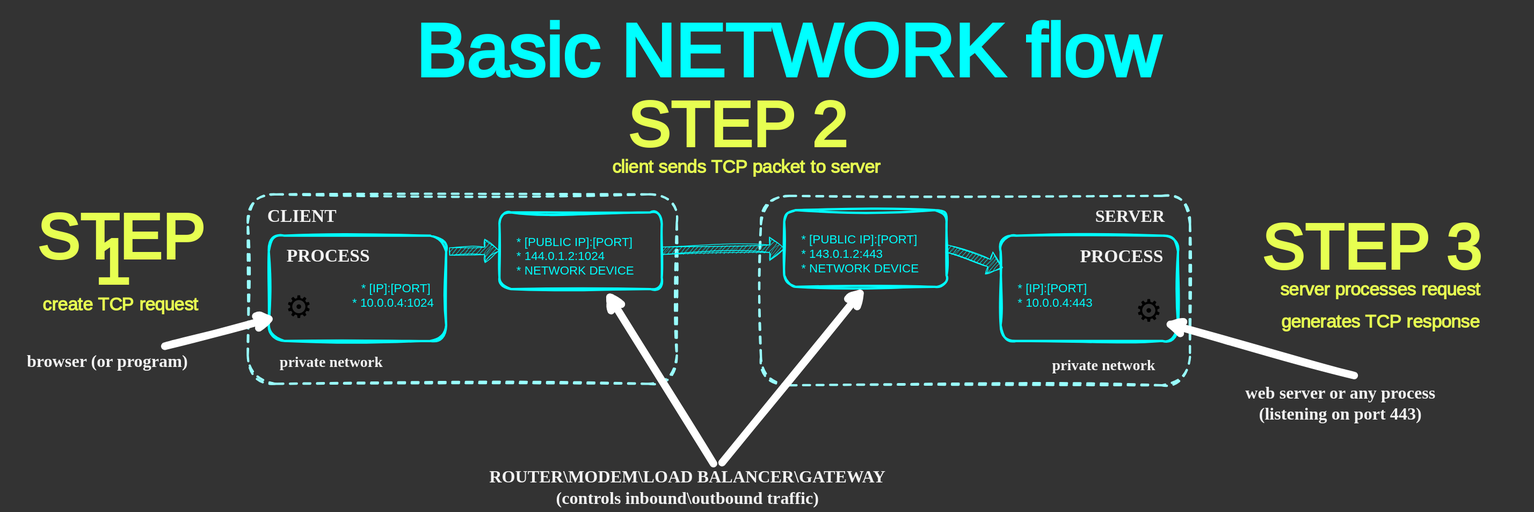
Earlier version of the draw.io export course/content/operating-systems/linux/monitoring/network/network.drawio.svg (marcel-dempers/docker-development-youtube-series). Source tidied: cells renumbered, new cells last; positions are measured from the earlier drawing's top-left corner, leaving out a move shared by most shapes.
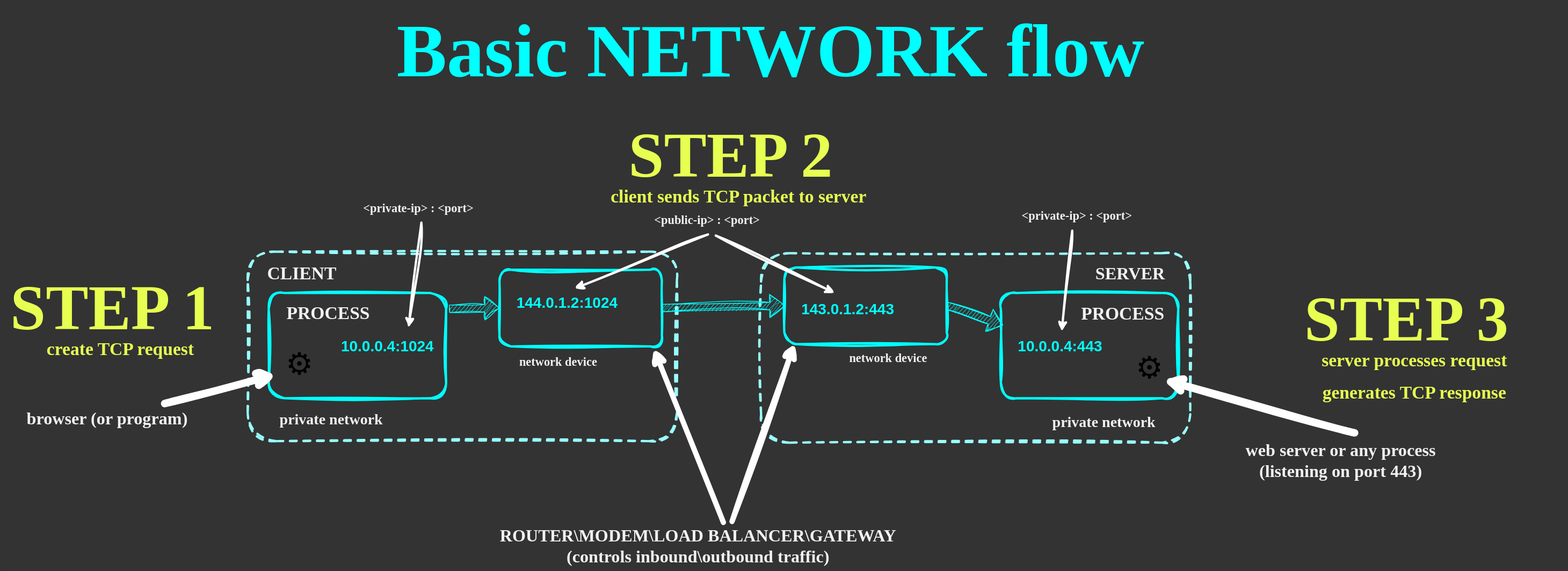
After the change.

Change to the diagram source:
```diff
@@ -3,92 +3,119 @@
     <mxCell id="0" />
     <mxCell id="1" parent="0" />
     <mxCell id="2" style="rounded=1;whiteSpace=wrap;html=1;sketch=1;curveFitting=1;jiggle=2;strokeColor=#99FFFF;strokeWidth=3;fillColor=none;fontColor=#00FFFF;verticalAlign=middle;align=left;spacingLeft=21;dashed=1;" parent="1" vertex="1">
-      <mxGeometry x="1002" y="260" width="571" height="252" as="geometry" />
+      <mxGeometry x="1108" y="331" width="571" height="252" as="geometry" />
     </mxCell>
     <mxCell id="3" style="rounded=1;whiteSpace=wrap;html=1;sketch=1;curveFitting=1;jiggle=2;strokeColor=#99FFFF;strokeWidth=3;fillColor=none;fontColor=#00FFFF;verticalAlign=middle;align=left;spacingLeft=21;dashed=1;" parent="1" vertex="1">
-      <mxGeometry x="318.9" y="258" width="571" height="252" as="geometry" />
+      <mxGeometry x="425" y="329" width="571" height="252" as="geometry" />
     </mxCell>
-    <mxCell id="4" value="&lt;font style=&quot;font-size: 16px;&quot;&gt;&lt;br&gt;&lt;/font&gt;&lt;div&gt;&lt;font style=&quot;font-size: 16px;&quot;&gt;* [IP]:[PORT]&amp;nbsp;&lt;/font&gt;&lt;/div&gt;&lt;div&gt;&lt;font style=&quot;font-size: 16px;&quot;&gt;* 10.0.0.4:1024&lt;/font&gt;&lt;/div&gt;" style="rounded=1;whiteSpace=wrap;html=1;sketch=1;curveFitting=1;jiggle=2;strokeColor=#00FFFF;strokeWidth=3;fillColor=none;fontColor=#00FFFF;verticalAlign=middle;align=right;spacingLeft=21;spacing=16;" parent="1" vertex="1">
-      <mxGeometry x="346.9" y="313" width="236.1" height="140" as="geometry" />
+    <mxCell id="4" value="&lt;div&gt;&lt;span style=&quot;background-color: transparent; color: light-dark(rgb(0, 255, 255), rgb(0, 111, 111));&quot;&gt;&lt;b style=&quot;&quot;&gt;&lt;font style=&quot;font-size: 20px;&quot;&gt;10.0.0.4:1024&lt;/font&gt;&lt;/b&gt;&lt;/span&gt;&lt;/div&gt;" style="rounded=1;whiteSpace=wrap;html=1;sketch=1;curveFitting=1;jiggle=2;strokeColor=#00FFFF;strokeWidth=3;fillColor=none;fontColor=#00FFFF;verticalAlign=middle;align=right;spacingLeft=21;spacing=16;" parent="1" vertex="1">
+      <mxGeometry x="453" y="384" width="236.1" height="140" as="geometry" />
     </mxCell>
     <mxCell id="5" value="&lt;font&gt;&lt;span&gt;Basic NETWORK flow&lt;/span&gt;&lt;/font&gt;" style="text;strokeColor=none;align=center;fillColor=none;html=1;verticalAlign=middle;whiteSpace=wrap;rounded=0;sketch=1;hachureGap=4;jiggle=2;curveFitting=1;fontFamily=Architects Daughter;fontSource=https%3A%2F%2Ffonts.googleapis.com%2Fcss%3Ffamily%3DArchitects%2BDaughter;fontSize=100;fontColor=#00FFFF;fontStyle=1;" parent="1" vertex="1">
-      <mxGeometry x="445" width="1184" height="134" as="geometry" />
+      <mxGeometry x="529" y="-5" width="1184" height="134" as="geometry" />
     </mxCell>
     <mxCell id="6" value="&lt;font size=&quot;1&quot; style=&quot;&quot;&gt;&lt;b style=&quot;font-size: 24px;&quot;&gt;CLIENT&lt;/b&gt;&lt;/font&gt;" style="text;html=1;align=center;verticalAlign=middle;strokeColor=none;fillColor=none;fontSize=28;fontColor=#F2F2F2;fontFamily=Verdana;" parent="1" vertex="1">
-      <mxGeometry x="331" y="260" width="120" height="50" as="geometry" />
+      <mxGeometry x="437.1" y="331" width="120" height="50" as="geometry" />
     </mxCell>
     <mxCell id="7" value="&lt;p style=&quot;line-height: 20%; font-size: 23px;&quot;&gt;&lt;b&gt;SERVER&lt;/b&gt;&lt;/p&gt;" style="text;html=1;align=center;verticalAlign=middle;strokeColor=none;fillColor=none;fontSize=24;fontColor=#F2F2F2;fontFamily=Verdana;" parent="1" vertex="1">
-      <mxGeometry x="1432.9" y="258" width="120" height="60" as="geometry" />
+      <mxGeometry x="1539" y="329" width="120" height="60" as="geometry" />
     </mxCell>
     <mxCell id="8" style="edgeStyle=none;shape=flexArrow;sketch=1;hachureGap=4;jiggle=2;curveFitting=1;html=1;strokeColor=#00FFFF;fontFamily=Architects Daughter;fontSource=https%3A%2F%2Ffonts.googleapis.com%2Fcss%3Ffamily%3DArchitects%2BDaughter;fontSize=16;fontColor=#FFFF33;fillColor=#00FFFF;exitX=1.017;exitY=0.15;exitDx=0;exitDy=0;entryX=0;entryY=0.5;entryDx=0;entryDy=0;exitPerimeter=0;" parent="1" edge="1" source="4" target="10">
       <mxGeometry relative="1" as="geometry" />
     </mxCell>
-    <mxCell id="9" value="&lt;font style=&quot;font-size: 16px;&quot;&gt;&lt;br&gt;&lt;/font&gt;&lt;div&gt;&lt;font style=&quot;font-size: 16px;&quot;&gt;* [IP]:[PORT]&amp;nbsp;&lt;/font&gt;&lt;/div&gt;&lt;div&gt;&lt;font style=&quot;font-size: 16px;&quot;&gt;* 10.0.0.4:443&lt;/font&gt;&lt;/div&gt;" style="rounded=1;whiteSpace=wrap;html=1;sketch=1;curveFitting=1;jiggle=2;strokeColor=#00FFFF;strokeWidth=3;fillColor=none;fontColor=#00FFFF;verticalAlign=middle;align=left;spacingLeft=21;" parent="1" vertex="1">
-      <mxGeometry x="1321" y="313" width="236.1" height="140" as="geometry" />
+    <mxCell id="9" value="&lt;div&gt;&lt;span style=&quot;background-color: transparent; color: light-dark(rgb(0, 255, 255), rgb(0, 111, 111));&quot;&gt;&lt;b style=&quot;&quot;&gt;&lt;font style=&quot;font-size: 20px;&quot;&gt;10.0.0.4:443&lt;/font&gt;&lt;/b&gt;&lt;/span&gt;&lt;/div&gt;" style="rounded=1;whiteSpace=wrap;html=1;sketch=1;curveFitting=1;jiggle=2;strokeColor=#00FFFF;strokeWidth=3;fillColor=none;fontColor=#00FFFF;verticalAlign=middle;align=left;spacingLeft=21;" parent="1" vertex="1">
+      <mxGeometry x="1427" y="384" width="236.1" height="140" as="geometry" />
     </mxCell>
-    <mxCell id="10" value="&lt;br&gt;&lt;div&gt;&lt;div&gt;&lt;font style=&quot;font-size: 16px;&quot;&gt;* [PUBLIC IP]:[PORT]&lt;/font&gt;&lt;/div&gt;&lt;div&gt;&lt;font style=&quot;font-size: 16px;&quot;&gt;* 144.0.1.2:1024&lt;/font&gt;&lt;/div&gt;&lt;/div&gt;&lt;div&gt;&lt;font style=&quot;font-size: 16px;&quot;&gt;* NETWORK DEVICE&lt;/font&gt;&lt;/div&gt;" style="rounded=1;whiteSpace=wrap;html=1;sketch=1;curveFitting=1;jiggle=2;strokeColor=#00FFFF;strokeWidth=3;fillColor=none;fontColor=#00FFFF;verticalAlign=middle;align=left;spacingLeft=21;" parent="1" vertex="1">
-      <mxGeometry x="654" y="282" width="216" height="102" as="geometry" />
+    <mxCell id="10" value="&lt;div&gt;&lt;div&gt;&lt;span style=&quot;background-color: transparent; color: light-dark(rgb(0, 255, 255), rgb(0, 111, 111));&quot;&gt;&lt;b style=&quot;&quot;&gt;&lt;font style=&quot;font-size: 20px;&quot;&gt;144.0.1.2:1024&lt;/font&gt;&lt;/b&gt;&lt;/span&gt;&lt;/div&gt;&lt;/div&gt;&lt;div&gt;&lt;br&gt;&lt;/div&gt;" style="rounded=1;whiteSpace=wrap;html=1;sketch=1;curveFitting=1;jiggle=2;strokeColor=#00FFFF;strokeWidth=3;fillColor=none;fontColor=#00FFFF;verticalAlign=middle;align=left;spacingLeft=21;" parent="1" vertex="1">
+      <mxGeometry x="760" y="353" width="216" height="102" as="geometry" />
     </mxCell>
     <mxCell id="11" style="edgeStyle=none;shape=flexArrow;sketch=1;hachureGap=4;jiggle=2;curveFitting=1;html=1;strokeColor=#00FFFF;fontFamily=Architects Daughter;fontSource=https%3A%2F%2Ffonts.googleapis.com%2Fcss%3Ffamily%3DArchitects%2BDaughter;fontSize=16;fontColor=#FFFF33;fillColor=#00FFFF;exitX=1;exitY=0.5;exitDx=0;exitDy=0;entryX=0.013;entryY=0.304;entryDx=0;entryDy=0;entryPerimeter=0;" parent="1" edge="1" source="12" target="9">
       <mxGeometry relative="1" as="geometry" />
     </mxCell>
-    <mxCell id="12" value="&lt;br&gt;&lt;div&gt;&lt;div&gt;&lt;font style=&quot;font-size: 16px;&quot;&gt;* [PUBLIC IP]:[PORT]&lt;/font&gt;&lt;/div&gt;&lt;div&gt;&lt;font style=&quot;font-size: 16px;&quot;&gt;* 143.0.1.2:443&lt;/font&gt;&lt;/div&gt;&lt;/div&gt;&lt;div&gt;&lt;font style=&quot;font-size: 16px;&quot;&gt;* NETWORK DEVICE&lt;/font&gt;&lt;/div&gt;" style="rounded=1;whiteSpace=wrap;html=1;sketch=1;curveFitting=1;jiggle=2;strokeColor=#00FFFF;strokeWidth=3;fillColor=none;fontColor=#00FFFF;verticalAlign=middle;align=left;spacingLeft=21;" parent="1" vertex="1">
-      <mxGeometry x="1033" y="279" width="216" height="102" as="geometry" />
+    <mxCell id="12" value="&lt;div&gt;&lt;div&gt;&lt;b&gt;&lt;font style=&quot;font-size: 20px;&quot;&gt;&lt;br&gt;&lt;/font&gt;&lt;/b&gt;&lt;/div&gt;&lt;div&gt;&lt;font style=&quot;font-size: 20px;&quot;&gt;&lt;b&gt;143.0.1.2:443&lt;/b&gt;&lt;/font&gt;&lt;/div&gt;&lt;/div&gt;&lt;div&gt;&lt;br&gt;&lt;/div&gt;" style="rounded=1;whiteSpace=wrap;html=1;sketch=1;curveFitting=1;jiggle=2;strokeColor=#00FFFF;strokeWidth=3;fillColor=none;fontColor=#00FFFF;verticalAlign=middle;align=left;spacingLeft=21;" parent="1" vertex="1">
+      <mxGeometry x="1139" y="350" width="216" height="102" as="geometry" />
     </mxCell>
     <mxCell id="13" value="&lt;font&gt;&lt;b&gt;ROUTER\MODEM\LOAD BALANCER\GATEWAY&lt;/b&gt;&lt;/font&gt;&lt;div&gt;&lt;font&gt;&lt;b&gt;(controls inbound\outbound traffic)&lt;/b&gt;&lt;/font&gt;&lt;/div&gt;" style="text;html=1;align=center;verticalAlign=middle;points=[];strokeColor=none;fillColor=none;fontSize=23;fontColor=#F2F2F2;fontFamily=Verdana;" parent="1" vertex="1">
-      <mxGeometry x="632" y="614" width="545" height="67" as="geometry" />
+      <mxGeometry x="751" y="687" width="545" height="67" as="geometry" />
     </mxCell>
     <mxCell id="14" style="edgeStyle=none;shape=flexArrow;sketch=1;hachureGap=4;jiggle=2;curveFitting=1;html=1;strokeColor=#00FFFF;fontFamily=Architects Daughter;fontSource=https%3A%2F%2Ffonts.googleapis.com%2Fcss%3Ffamily%3DArchitects%2BDaughter;fontSize=16;fontColor=#FFFF33;fillColor=#00FFFF;exitX=1;exitY=0.5;exitDx=0;exitDy=0;entryX=0;entryY=0.5;entryDx=0;entryDy=0;" parent="1" edge="1" source="10" target="12">
       <mxGeometry relative="1" as="geometry" />
     </mxCell>
     <mxCell id="15" value="&lt;font size=&quot;1&quot; style=&quot;&quot;&gt;&lt;b style=&quot;font-size: 24px;&quot;&gt;PROCESS&lt;/b&gt;&lt;/font&gt;" style="text;html=1;align=center;verticalAlign=middle;strokeColor=none;fillColor=none;fontSize=28;fontColor=#F2F2F2;fontFamily=Verdana;" parent="1" vertex="1">
-      <mxGeometry x="361.9" y="315" width="129" height="46" as="geometry" />
+      <mxGeometry x="468" y="386" width="129" height="46" as="geometry" />
     </mxCell>
     <mxCell id="16" value="&lt;font size=&quot;1&quot; style=&quot;&quot;&gt;&lt;b style=&quot;font-size: 24px;&quot;&gt;PROCESS&lt;/b&gt;&lt;/font&gt;" style="text;html=1;align=center;verticalAlign=middle;strokeColor=none;fillColor=none;fontSize=28;fontColor=#F2F2F2;fontFamily=Verdana;" parent="1" vertex="1">
-      <mxGeometry x="1418" y="316" width="129" height="46" as="geometry" />
+      <mxGeometry x="1524" y="387" width="129" height="46" as="geometry" />
     </mxCell>
     <mxCell id="17" value="⚙️" style="text;html=1;align=center;verticalAlign=middle;strokeColor=none;fillColor=none;fontSize=41;" parent="1" vertex="1">
-      <mxGeometry x="352.9" y="377" width="69" height="61" as="geometry" />
+      <mxGeometry x="459" y="448" width="69" height="61" as="geometry" />
     </mxCell>
     <mxCell id="18" value="⚙️" style="text;html=1;align=center;verticalAlign=middle;strokeColor=none;fillColor=none;fontSize=41;" parent="1" vertex="1">
-      <mxGeometry x="1484" y="382" width="69" height="61" as="geometry" />
+      <mxGeometry x="1590" y="453" width="69" height="61" as="geometry" />
     </mxCell>
-    <mxCell id="19" style="rounded=0;jettySize=auto;html=1;sketch=1;curveFitting=1;jiggle=2;strokeColor=#FFFFFF;strokeWidth=10;exitX=0.584;exitY=0.013;exitDx=0;exitDy=0;exitPerimeter=0;entryX=0.5;entryY=1;entryDx=0;entryDy=0;" parent="1" edge="1" source="13" target="12">
+    <mxCell id="19" style="rounded=0;jettySize=auto;html=1;sketch=1;curveFitting=1;jiggle=2;strokeColor=#FFFFFF;strokeWidth=7;exitX=0.584;exitY=0.013;exitDx=0;exitDy=0;exitPerimeter=0;entryX=0.064;entryY=0.987;entryDx=0;entryDy=0;entryPerimeter=0;" parent="1" edge="1" source="13" target="12">
       <mxGeometry relative="1" as="geometry" />
     </mxCell>
-    <mxCell id="20" style="rounded=0;jettySize=auto;html=1;sketch=1;curveFitting=1;jiggle=2;strokeColor=#FFFFFF;strokeWidth=10;exitX=0.563;exitY=0.032;exitDx=0;exitDy=0;exitPerimeter=0;entryX=0.653;entryY=1.013;entryDx=0;entryDy=0;entryPerimeter=0;" parent="1" edge="1" source="13" target="10">
+    <mxCell id="20" style="rounded=0;jettySize=auto;html=1;sketch=1;curveFitting=1;jiggle=2;strokeColor=#FFFFFF;strokeWidth=7;exitX=0.563;exitY=0.032;exitDx=0;exitDy=0;exitPerimeter=0;entryX=0.949;entryY=1.023;entryDx=0;entryDy=0;entryPerimeter=0;" parent="1" edge="1" source="13" target="10">
       <mxGeometry relative="1" as="geometry" />
     </mxCell>
     <mxCell id="21" value="&lt;font&gt;&lt;b&gt;private network&lt;/b&gt;&lt;/font&gt;" style="text;html=1;align=center;verticalAlign=middle;strokeColor=none;fillColor=none;fontSize=20;fontColor=#F2F2F2;fontFamily=Verdana;" parent="1" vertex="1">
-      <mxGeometry x="1359" y="466" width="198" height="36" as="geometry" />
+      <mxGeometry x="1465" y="537" width="198" height="36" as="geometry" />
     </mxCell>
     <mxCell id="22" value="&lt;font&gt;&lt;b&gt;private network&lt;/b&gt;&lt;/font&gt;" style="text;html=1;align=center;verticalAlign=middle;strokeColor=none;fillColor=none;fontSize=20;fontColor=#F2F2F2;fontFamily=Verdana;" parent="1" vertex="1">
-      <mxGeometry x="331" y="462" width="198" height="36" as="geometry" />
+      <mxGeometry x="437.1" y="533" width="198" height="36" as="geometry" />
     </mxCell>
     <mxCell id="23" style="rounded=0;jettySize=auto;html=1;sketch=1;curveFitting=1;jiggle=2;strokeColor=#FFFFFF;strokeWidth=10;" parent="1" edge="1" source="24">
       <mxGeometry relative="1" as="geometry">
-        <mxPoint x="357.9" y="421" as="targetPoint" />
+        <mxPoint x="464" y="492" as="targetPoint" />
       </mxGeometry>
     </mxCell>
     <mxCell id="24" value="&lt;b&gt;browser (or program)&lt;/b&gt;" style="text;html=1;align=center;verticalAlign=middle;points=[];strokeColor=none;fillColor=none;fontSize=23;fontColor=#F2F2F2;fontFamily=Verdana;" parent="1" vertex="1">
-      <mxGeometry x="16" y="460" width="232" height="40" as="geometry" />
+      <mxGeometry x="122" y="531" width="232" height="40" as="geometry" />
     </mxCell>
     <mxCell id="25" value="&lt;div style=&quot;line-height: 40%;&quot;&gt;&lt;font&gt;&lt;span&gt;STEP 1&amp;nbsp;&lt;/span&gt;&lt;/font&gt;&lt;div&gt;&lt;font&gt;&lt;span&gt;&lt;font style=&quot;font-size: 24px; line-height: 40%;&quot;&gt;create TCP request&lt;/font&gt;&lt;/span&gt;&lt;/font&gt;&lt;/div&gt;&lt;/div&gt;" style="text;strokeColor=none;align=center;fillColor=none;html=1;verticalAlign=middle;whiteSpace=wrap;rounded=0;sketch=1;hachureGap=4;jiggle=2;curveFitting=1;fontFamily=Architects Daughter;fontSource=https%3A%2F%2Ffonts.googleapis.com%2Fcss%3Ffamily%3DArchitects%2BDaughter;fontSize=85;fontColor=#E7FF51;fontStyle=1;" parent="1" vertex="1">
-      <mxGeometry y="324" width="300" height="62" as="geometry" />
+      <mxGeometry x="106" y="395" width="300" height="62" as="geometry" />
     </mxCell>
     <mxCell id="26" value="&lt;div style=&quot;line-height: 40%;&quot;&gt;&lt;font&gt;&lt;span&gt;STEP 2&amp;nbsp;&lt;/span&gt;&lt;/font&gt;&lt;div&gt;&lt;font&gt;&lt;span&gt;&lt;font style=&quot;font-size: 24px; line-height: 40%;&quot;&gt;client sends TCP packet to server&lt;/font&gt;&lt;/span&gt;&lt;/font&gt;&lt;/div&gt;&lt;/div&gt;" style="text;strokeColor=none;align=center;fillColor=none;html=1;verticalAlign=middle;whiteSpace=wrap;rounded=0;sketch=1;hachureGap=4;jiggle=2;curveFitting=1;fontFamily=Architects Daughter;fontSource=https%3A%2F%2Ffonts.googleapis.com%2Fcss%3Ffamily%3DArchitects%2BDaughter;fontSize=85;fontColor=#E7FF51;fontStyle=1;" parent="1" vertex="1">
-      <mxGeometry x="779" y="158" width="406.9" height="62" as="geometry" />
+      <mxGeometry x="875" y="192" width="406.9" height="62" as="geometry" />
     </mxCell>
     <mxCell id="27" style="rounded=0;jettySize=auto;html=1;sketch=1;curveFitting=1;jiggle=2;strokeColor=#FFFFFF;strokeWidth=10;exitX=0.553;exitY=-0.045;exitDx=0;exitDy=0;exitPerimeter=0;" parent="1" edge="1" source="28">
       <mxGeometry relative="1" as="geometry">
-        <mxPoint x="1536" y="428" as="targetPoint" />
+        <mxPoint x="1642" y="499" as="targetPoint" />
       </mxGeometry>
     </mxCell>
     <mxCell id="28" value="&lt;b&gt;web server or any process&lt;/b&gt;&lt;div&gt;&lt;b&gt;(listening on port 443)&lt;/b&gt;&lt;/div&gt;" style="text;html=1;align=center;verticalAlign=middle;points=[];strokeColor=none;fillColor=none;fontSize=23;fontColor=#F2F2F2;fontFamily=Verdana;" parent="1" vertex="1">
-      <mxGeometry x="1593" y="502" width="359" height="67" as="geometry" />
+      <mxGeometry x="1699" y="573" width="359" height="67" as="geometry" />
     </mxCell>
     <mxCell id="29" value="&lt;div style=&quot;line-height: 40%;&quot;&gt;&lt;font&gt;&lt;span&gt;STEP 3&amp;nbsp;&lt;/span&gt;&lt;/font&gt;&lt;div&gt;&lt;font&gt;&lt;span&gt;&lt;font style=&quot;font-size: 24px; line-height: 40%;&quot;&gt;server processes request&lt;/font&gt;&lt;/span&gt;&lt;/font&gt;&lt;/div&gt;&lt;div&gt;&lt;font&gt;&lt;span&gt;&lt;font style=&quot;font-size: 24px; line-height: 40%;&quot;&gt;generates TCP response&lt;/font&gt;&lt;/span&gt;&lt;/font&gt;&lt;/div&gt;&lt;/div&gt;" style="text;strokeColor=none;align=center;fillColor=none;html=1;verticalAlign=middle;whiteSpace=wrap;rounded=0;sketch=1;hachureGap=4;jiggle=2;curveFitting=1;fontFamily=Architects Daughter;fontSource=https%3A%2F%2Ffonts.googleapis.com%2Fcss%3Ffamily%3DArchitects%2BDaughter;fontSize=85;fontColor=#E7FF51;fontStyle=1;" parent="1" vertex="1">
-      <mxGeometry x="1623" y="343" width="406.9" height="62" as="geometry" />
+      <mxGeometry x="1774" y="432" width="406.9" height="62" as="geometry" />
     </mxCell>
+    <mxCell id="30" value="&lt;font style=&quot;font-size: 16px;&quot;&gt;&lt;b style=&quot;&quot;&gt;network device&lt;/b&gt;&lt;/font&gt;" style="text;html=1;align=center;verticalAlign=middle;strokeColor=none;fillColor=none;fontSize=28;fontColor=#F2F2F2;fontFamily=Verdana;" parent="1" vertex="1">
+      <mxGeometry x="760" y="448" width="156" height="46" as="geometry" />
+    </mxCell>
+    <mxCell id="31" value="&lt;font style=&quot;font-size: 16px;&quot;&gt;&lt;b style=&quot;&quot;&gt;network device&lt;/b&gt;&lt;/font&gt;" style="text;html=1;align=center;verticalAlign=middle;strokeColor=none;fillColor=none;fontSize=28;fontColor=#F2F2F2;fontFamily=Verdana;" parent="1" vertex="1">
+      <mxGeometry x="1199" y="443" width="156" height="46" as="geometry" />
+    </mxCell>
+    <mxCell id="32" value="&lt;font style=&quot;font-size: 16px;&quot;&gt;&lt;b style=&quot;&quot;&gt;&amp;lt;public-ip&amp;gt; : &amp;lt;port&amp;gt;&lt;/b&gt;&lt;/font&gt;" style="text;html=1;align=center;verticalAlign=middle;points=[];strokeColor=none;fillColor=none;fontSize=28;fontColor=#F2F2F2;fontFamily=Verdana;" parent="1" vertex="1">
+      <mxGeometry x="932" y="260" width="207" height="46" as="geometry" />
+    </mxCell>
+    <mxCell id="33" style="rounded=0;jettySize=auto;html=1;sketch=1;curveFitting=1;jiggle=2;strokeColor=#FFFFFF;strokeWidth=3;entryX=0.463;entryY=0.245;entryDx=0;entryDy=0;entryPerimeter=0;exitX=0.509;exitY=1.002;exitDx=0;exitDy=0;exitPerimeter=0;" parent="1" edge="1" source="32" target="10">
+      <mxGeometry relative="1" as="geometry" />
+    </mxCell>
+    <mxCell id="34" style="rounded=0;jettySize=auto;html=1;sketch=1;curveFitting=1;jiggle=2;strokeColor=#FFFFFF;strokeWidth=3;entryX=0.31;entryY=0.333;entryDx=0;entryDy=0;entryPerimeter=0;exitX=0.559;exitY=1.035;exitDx=0;exitDy=0;exitPerimeter=0;" parent="1" edge="1" source="32" target="12">
+      <mxGeometry relative="1" as="geometry" />
+    </mxCell>
+    <mxCell id="35" value="&lt;font style=&quot;font-size: 16px;&quot;&gt;&lt;b style=&quot;&quot;&gt;&amp;lt;private-ip&amp;gt; : &amp;lt;port&amp;gt;&lt;/b&gt;&lt;/font&gt;" style="text;html=1;align=center;verticalAlign=middle;points=[];strokeColor=none;fillColor=none;fontSize=28;fontColor=#F2F2F2;fontFamily=Verdana;" parent="1" vertex="1">
+      <mxGeometry x="544" y="244" width="216" height="46" as="geometry" />
+    </mxCell>
+    <mxCell id="36" value="&lt;font style=&quot;font-size: 16px;&quot;&gt;&lt;b style=&quot;&quot;&gt;&amp;lt;private-ip&amp;gt; : &amp;lt;port&amp;gt;&lt;/b&gt;&lt;/font&gt;" style="text;html=1;align=center;verticalAlign=middle;points=[];strokeColor=none;fillColor=none;fontSize=28;fontColor=#F2F2F2;fontFamily=Verdana;" parent="1" vertex="1">
+      <mxGeometry x="1420" y="254" width="216" height="46" as="geometry" />
+    </mxCell>
+    <mxCell id="37" style="rounded=0;jettySize=auto;html=1;sketch=1;curveFitting=1;jiggle=2;strokeColor=#FFFFFF;strokeWidth=3;entryX=0.788;entryY=0.329;entryDx=0;entryDy=0;entryPerimeter=0;exitX=0.519;exitY=1.006;exitDx=0;exitDy=0;exitPerimeter=0;" parent="1" edge="1" source="35" target="4">
+      <mxGeometry relative="1" as="geometry" />
+    </mxCell>
+    <mxCell id="38" style="rounded=0;jettySize=auto;html=1;sketch=1;curveFitting=1;jiggle=2;strokeColor=#FFFFFF;strokeWidth=3;entryX=0.343;entryY=0.364;entryDx=0;entryDy=0;entryPerimeter=0;exitX=0.472;exitY=1.022;exitDx=0;exitDy=0;exitPerimeter=0;" parent="1" edge="1" source="36" target="9">
+      <mxGeometry relative="1" as="geometry" />
+    </mxCell>
   </root>
 </mxGraphModel>
```
